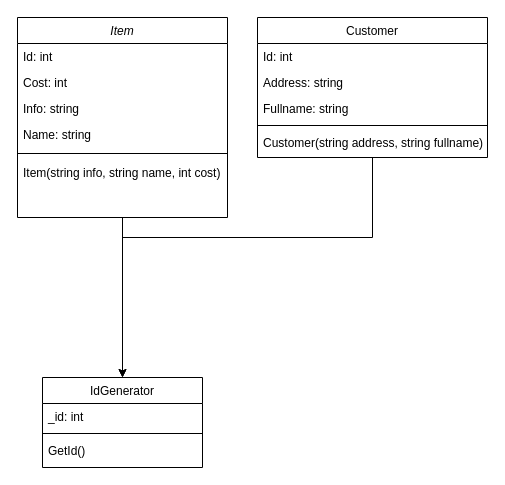
antoniocra04/oop-backend keeps this draw.io diagram as ClassDiagram.drawio. Above is the earlier version. Source tidied: cells renumbered, new cells numbered last; positions are measured from the earlier drawing's top-left corner, leaving out a move shared by most shapes. Both pictures are drawn from the tidied source at 100%, with x=0, y=0 at pixel (17, 17).
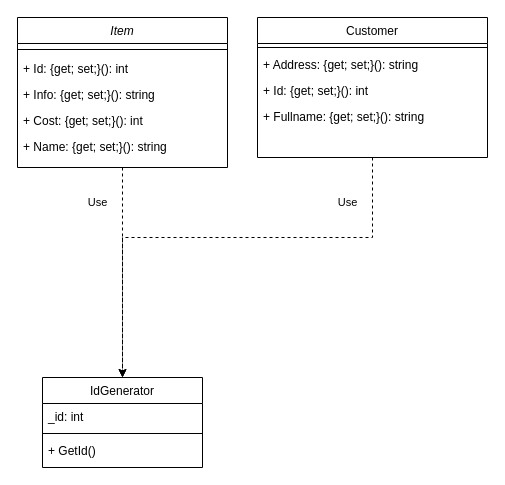
The same page after the edit.

Commit message (it also covers changes not shown here):
fix(diagram): правки

The change refers to these unchanged cells:
```xml
<mxCell id="10" value="IdGenerator" style="swimlane;fontStyle=0;align=center;verticalAlign=top;horizontal=1;startSize=26;rounded=0;shadow=0;strokeWidth=1;" parent="1" vertex="1">
  <mxGeometry x="25" y="360" width="160" height="90" as="geometry" />
</mxCell>
<mxCell id="15" value="Customer" style="swimlane;fontStyle=0;align=center;verticalAlign=top;horizontal=1;startSize=26;rounded=0;shadow=0;strokeWidth=1;" parent="1" vertex="1">
  <mxGeometry x="240" width="230" height="140" as="geometry" />
</mxCell>
```

Diff of the diagram source:
```diff
@@
-    <mxCell id="2" style="edgeStyle=orthogonalEdgeStyle;rounded=0;jettySize=auto;html=1;entryX=0.5;entryY=0;entryDx=0;entryDy=0;" parent="1" edge="1" source="3" target="10">
+    <mxCell id="2" style="edgeStyle=orthogonalEdgeStyle;dashed=1;rounded=0;jettySize=auto;html=1;entryX=0.5;entryY=0;entryDx=0;entryDy=0;" parent="1" edge="1" source="3" target="10">
       <mxGeometry relative="1" as="geometry" />
     </mxCell>
     <mxCell id="3" value="Item" style="swimlane;fontStyle=2;align=center;verticalAlign=top;horizontal=1;startSize=26;rounded=0;shadow=0;strokeWidth=1;" parent="1" vertex="1">
-      <mxGeometry width="210" height="200" as="geometry" />
+      <mxGeometry width="210" height="150" as="geometry" />
     </mxCell>
+    <mxCell id="8" style="line;html=1;strokeWidth=1;align=left;verticalAlign=middle;spacingTop=-1;spacingLeft=3;spacingRight=3;labelPosition=right;" parent="3" vertex="1">
+      <mxGeometry y="26" width="210" height="12" as="geometry" />
+    </mxCell>
-    <mxCell id="4" value="Id: int" style="text;align=left;verticalAlign=top;spacingLeft=4;spacingRight=4;overflow=hidden;" parent="3" vertex="1">
-      <mxGeometry y="26" width="210" height="26" as="geometry" />
+    <mxCell id="4" value="+ Id: {get; set;}(): int" style="text;align=left;verticalAlign=top;spacingLeft=4;spacingRight=4;overflow=hidden;" parent="3" vertex="1">
+      <mxGeometry y="38" width="210" height="26" as="geometry" />
     </mxCell>
+    <mxCell id="6" value="+ Info: {get; set;}(): string" style="text;align=left;verticalAlign=top;spacingLeft=4;spacingRight=4;overflow=hidden;rounded=0;shadow=0;html=0;" parent="3" vertex="1">
+      <mxGeometry y="64" width="210" height="26" as="geometry" />
+    </mxCell>
-    <mxCell id="5" value="Cost: int" style="text;align=left;verticalAlign=top;spacingLeft=4;spacingRight=4;overflow=hidden;rounded=0;shadow=0;html=0;" parent="3" vertex="1">
-      <mxGeometry y="52" width="210" height="26" as="geometry" />
+    <mxCell id="5" value="+ Cost: {get; set;}(): int" style="text;align=left;verticalAlign=top;spacingLeft=4;spacingRight=4;overflow=hidden;rounded=0;shadow=0;html=0;" parent="3" vertex="1">
+      <mxGeometry y="90" width="210" height="26" as="geometry" />
     </mxCell>
-    <mxCell id="6" value="Info: string" style="text;align=left;verticalAlign=top;spacingLeft=4;spacingRight=4;overflow=hidden;rounded=0;shadow=0;html=0;" parent="3" vertex="1">
-      <mxGeometry y="78" width="210" height="26" as="geometry" />
-    </mxCell>
-    <mxCell id="7" value="Name: string" style="text;align=left;verticalAlign=top;spacingLeft=4;spacingRight=4;overflow=hidden;rounded=0;shadow=0;html=0;" parent="3" vertex="1">
-      <mxGeometry y="104" width="210" height="26" as="geometry" />
+    <mxCell id="7" value="+ Name: {get; set;}(): string" style="text;align=left;verticalAlign=top;spacingLeft=4;spacingRight=4;overflow=hidden;rounded=0;shadow=0;html=0;" parent="3" vertex="1">
+      <mxGeometry y="116" width="210" height="26" as="geometry" />
     </mxCell>
-    <mxCell id="8" style="line;html=1;strokeWidth=1;align=left;verticalAlign=middle;spacingTop=-1;spacingLeft=3;spacingRight=3;labelPosition=right;" parent="3" vertex="1">
-      <mxGeometry y="130" width="210" height="12" as="geometry" />
-    </mxCell>
-    <mxCell id="9" value="Item(string info, string name, int cost)" style="text;align=left;verticalAlign=top;spacingLeft=4;spacingRight=4;overflow=hidden;" parent="3" vertex="1">
-      <mxGeometry y="142" width="210" height="48" as="geometry" />
-    </mxCell>
@@
-    <mxCell id="13" value="GetId()" style="text;align=left;verticalAlign=top;spacingLeft=4;spacingRight=4;overflow=hidden;" parent="10" vertex="1">
+    <mxCell id="13" value="+ GetId()" style="text;align=left;verticalAlign=top;spacingLeft=4;spacingRight=4;overflow=hidden;" parent="10" vertex="1">
       <mxGeometry y="60" width="160" height="26" as="geometry" />
     </mxCell>
-    <mxCell id="14" style="edgeStyle=orthogonalEdgeStyle;rounded=0;jettySize=auto;html=1;entryX=0.5;entryY=0;entryDx=0;entryDy=0;" parent="1" edge="1" source="15" target="10">
+    <mxCell id="14" style="edgeStyle=orthogonalEdgeStyle;dashed=1;rounded=0;jettySize=auto;html=1;entryX=0.5;entryY=0;entryDx=0;entryDy=0;strokeColor=default;align=center;verticalAlign=middle;fontFamily=Helvetica;fontSize=11;fontColor=default;labelBackgroundColor=default;endArrow=classic;" parent="1" edge="1" source="15" target="10">
       <mxGeometry relative="1" as="geometry">
         <Array as="points">
           <mxPoint x="355" y="220" />
           <mxPoint x="105" y="220" />
         </Array>
       </mxGeometry>
     </mxCell>
@@
+    <mxCell id="19" style="line;html=1;strokeWidth=1;align=left;verticalAlign=middle;spacingTop=-1;spacingLeft=3;spacingRight=3;labelPosition=right;" parent="15" vertex="1">
+      <mxGeometry y="26" width="230" height="8" as="geometry" />
+    </mxCell>
+    <mxCell id="17" value="+ Address: {get; set;}(): string" style="text;align=left;verticalAlign=top;spacingLeft=4;spacingRight=4;overflow=hidden;rounded=0;shadow=0;html=0;" parent="15" vertex="1">
+      <mxGeometry y="34" width="230" height="26" as="geometry" />
+    </mxCell>
-    <mxCell id="16" value="Id: int" style="text;align=left;verticalAlign=top;spacingLeft=4;spacingRight=4;overflow=hidden;" parent="15" vertex="1">
-      <mxGeometry y="26" width="230" height="26" as="geometry" />
+    <mxCell id="16" value="+ Id: {get; set;}(): int" style="text;align=left;verticalAlign=top;spacingLeft=4;spacingRight=4;overflow=hidden;" parent="15" vertex="1">
+      <mxGeometry y="60" width="230" height="26" as="geometry" />
     </mxCell>
-    <mxCell id="17" value="Address: string" style="text;align=left;verticalAlign=top;spacingLeft=4;spacingRight=4;overflow=hidden;rounded=0;shadow=0;html=0;" parent="15" vertex="1">
-      <mxGeometry y="52" width="230" height="26" as="geometry" />
-    </mxCell>
-    <mxCell id="18" value="Fullname: string" style="text;align=left;verticalAlign=top;spacingLeft=4;spacingRight=4;overflow=hidden;rounded=0;shadow=0;html=0;" parent="15" vertex="1">
-      <mxGeometry y="78" width="230" height="26" as="geometry" />
+    <mxCell id="18" value="+ Fullname: {get; set;}(): string" style="text;align=left;verticalAlign=top;spacingLeft=4;spacingRight=4;overflow=hidden;rounded=0;shadow=0;html=0;" parent="15" vertex="1">
+      <mxGeometry y="86" width="230" height="26" as="geometry" />
     </mxCell>
-    <mxCell id="19" style="line;html=1;strokeWidth=1;align=left;verticalAlign=middle;spacingTop=-1;spacingLeft=3;spacingRight=3;labelPosition=right;" parent="15" vertex="1">
-      <mxGeometry y="104" width="230" height="8" as="geometry" />
-    </mxCell>
-    <mxCell id="20" value="Customer(string address, string fullname)" style="text;align=left;verticalAlign=top;spacingLeft=4;spacingRight=4;overflow=hidden;" parent="15" vertex="1">
-      <mxGeometry y="112" width="230" height="26" as="geometry" />
-    </mxCell>
+    <mxCell id="21" value="Use" style="text;html=1;align=center;verticalAlign=middle;strokeColor=none;fillColor=none;fontFamily=Helvetica;fontSize=11;fontColor=default;labelBackgroundColor=default;" parent="1" vertex="1">
+      <mxGeometry x="310" y="170" width="40" height="30" as="geometry" />
+    </mxCell>
+    <mxCell id="22" value="Use" style="text;html=1;align=center;verticalAlign=middle;strokeColor=none;fillColor=none;fontFamily=Helvetica;fontSize=11;fontColor=default;labelBackgroundColor=default;" parent="1" vertex="1">
+      <mxGeometry x="60" y="170" width="40" height="30" as="geometry" />
+    </mxCell>
```
